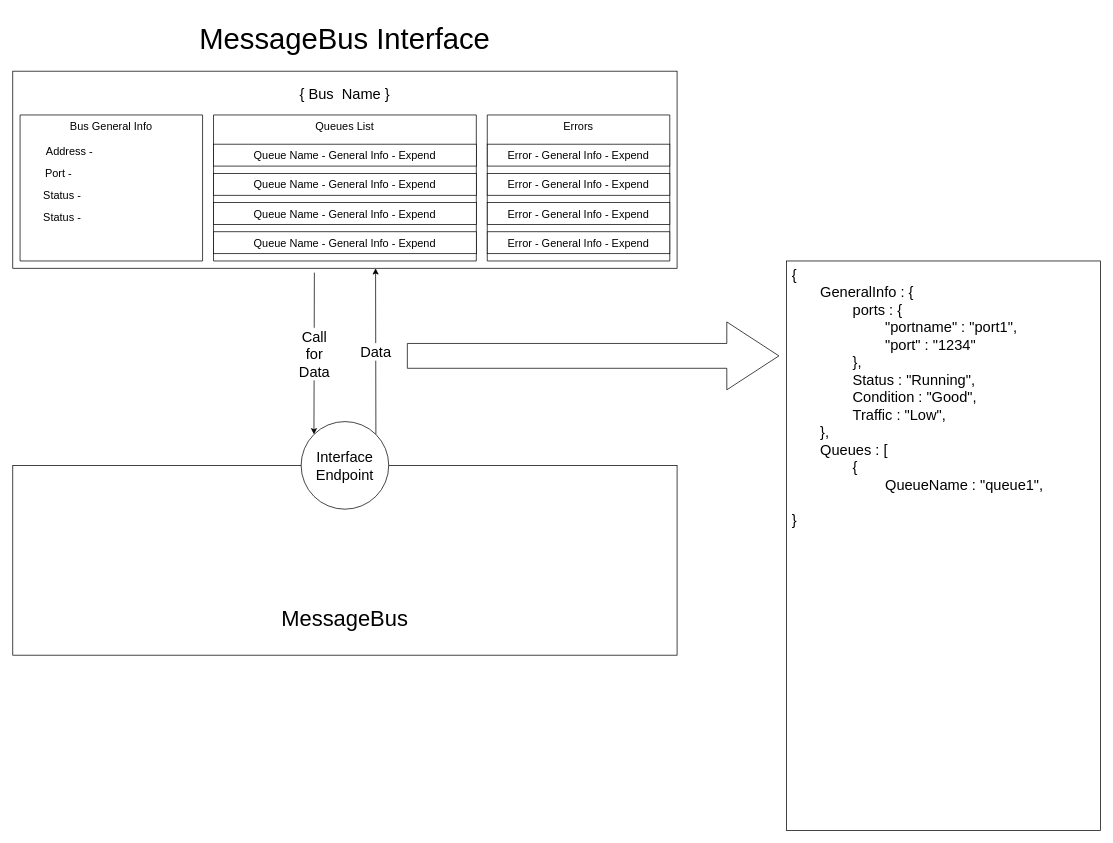
Earlier version of the draw.io diagram Documents/Drawio Diagrams/Interface.drawio (NGDeveloper125/MessageBus). Source tidied: cells renumbered, new cells numbered last; positions are measured from the earlier drawing's top-left corner, leaving out a move shared by most shapes. Both pictures are drawn from the tidied source at 73%, with x=0, y=0 at pixel (12, 12).
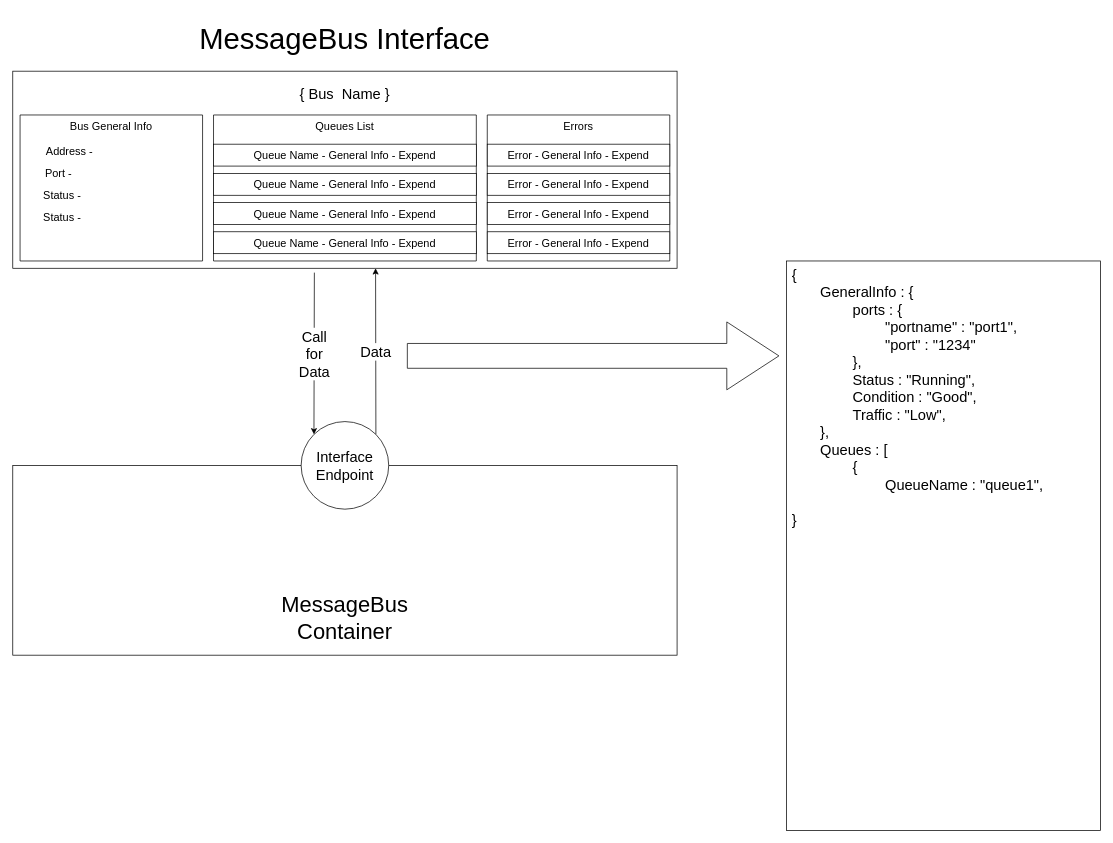
After the change.

Diff of the diagram source:
```diff
@@
-    <mxCell id="25" value="MessageBus" style="text;html=1;strokeColor=none;fillColor=none;align=center;verticalAlign=middle;whiteSpace=wrap;rounded=0;fontSize=30;" parent="1" vertex="1">
+    <mxCell id="25" value="MessageBus Container" style="text;html=1;strokeColor=none;fillColor=none;align=center;verticalAlign=middle;whiteSpace=wrap;rounded=0;fontSize=30;" parent="1" vertex="1">
       <mxGeometry x="315" y="779" width="280" height="100" as="geometry" />
     </mxCell>
```
